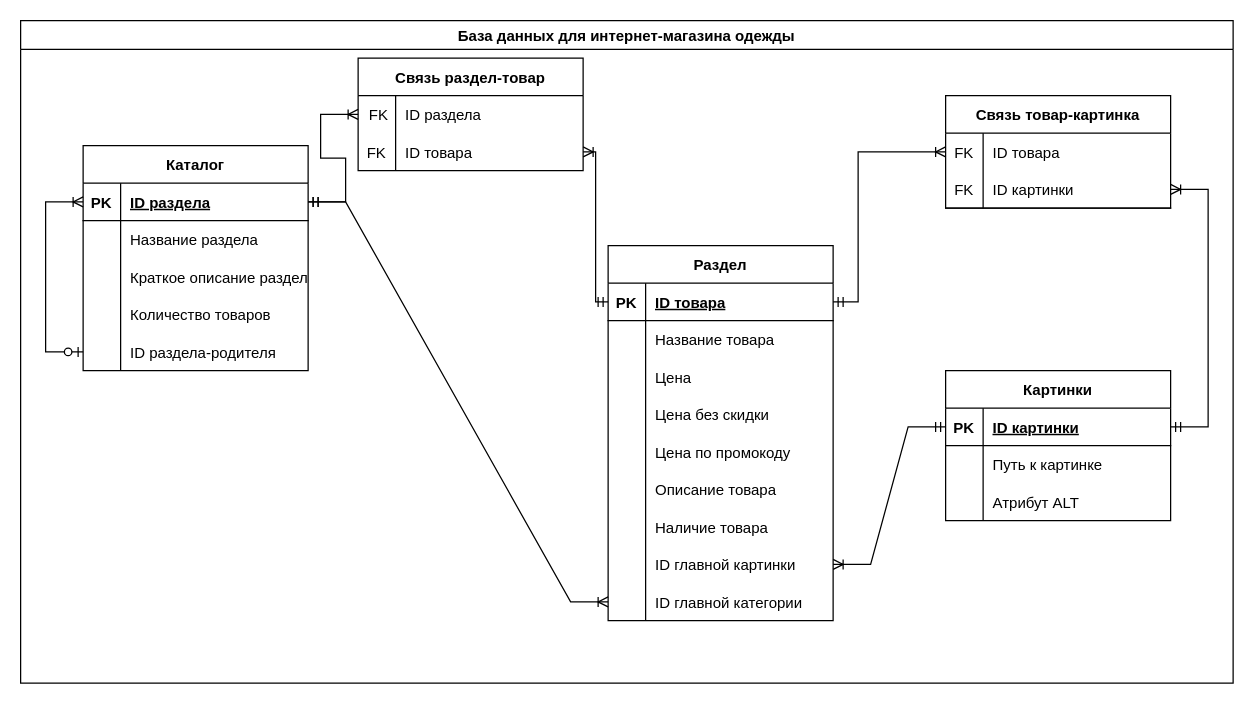
Vov4ik3587/sql-task keeps this draw.io diagram as diagrams/main-diag.drawio. Above is the earlier version. Source tidied: cells renumbered, new cells numbered last; positions are measured from the earlier drawing's top-left corner, leaving out a move shared by most shapes. Both pictures are drawn from the tidied source at 125%, with x=0, y=0 at pixel (20, 20).
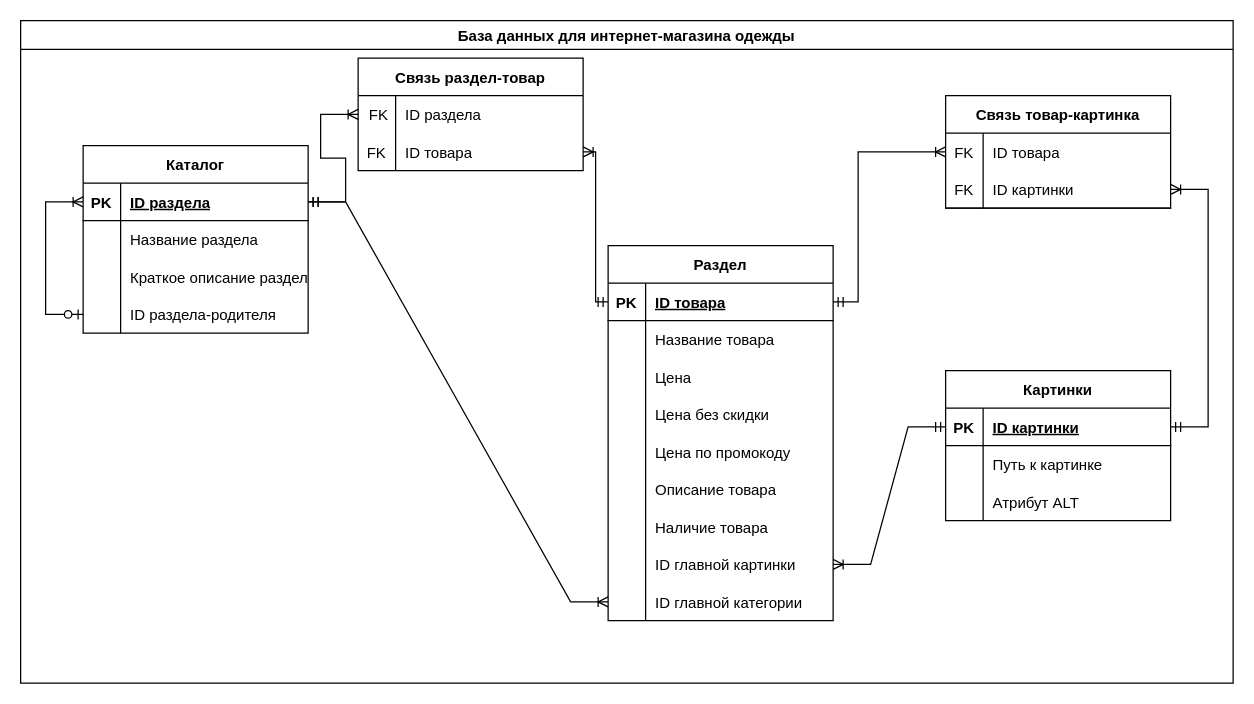
Above is the later version.

The change refers to these unchanged cells:
```xml
<mxCell id="2" value="База данных для интернет-магазина одежды" style="swimlane;" parent="1" vertex="1">
  <mxGeometry width="970" height="530" as="geometry" />
</mxCell>
```

Diff of the diagram source:
```diff
@@
     <mxCell id="3" value="Каталог" style="shape=table;startSize=30;childLayout=tableLayout;rowLines=0;fontStyle=1;align=center;" parent="2" vertex="1">
-      <mxGeometry x="50" y="100" width="180" height="180" as="geometry" />
+      <mxGeometry x="50" y="100" width="180" height="150" as="geometry" />
     </mxCell>
@@
-    <mxCell id="13" style="shape=tableRow;horizontal=0;startSize=0;swimlaneHead=0;swimlaneBody=0;fillColor=none;top=0;left=0;right=0;bottom=0;" parent="3" vertex="1">
-      <mxGeometry y="120" width="180" height="30" as="geometry" />
-    </mxCell>
-    <mxCell id="14" style="shape=partialRectangle;fillColor=none;top=0;left=0;bottom=0;right=0;overflow=hidden;" parent="13" vertex="1">
-      <mxGeometry width="30" height="30" as="geometry" />
-    </mxCell>
-    <mxCell id="15" value="Количество товаров" style="shape=partialRectangle;fillColor=none;top=0;left=0;bottom=0;right=0;align=left;spacingLeft=6;overflow=hidden;" parent="13" vertex="1">
-      <mxGeometry x="30" width="150" height="30" as="geometry" />
-    </mxCell>
     <mxCell id="16" style="shape=tableRow;horizontal=0;startSize=0;swimlaneHead=0;swimlaneBody=0;fillColor=none;points=[[0,0.5],[1,0.5]];portConstraint=eastwest;top=0;left=0;right=0;bottom=0;" parent="3" vertex="1">
-      <mxGeometry y="150" width="180" height="30" as="geometry" />
+      <mxGeometry y="120" width="180" height="30" as="geometry" />
     </mxCell>
```
